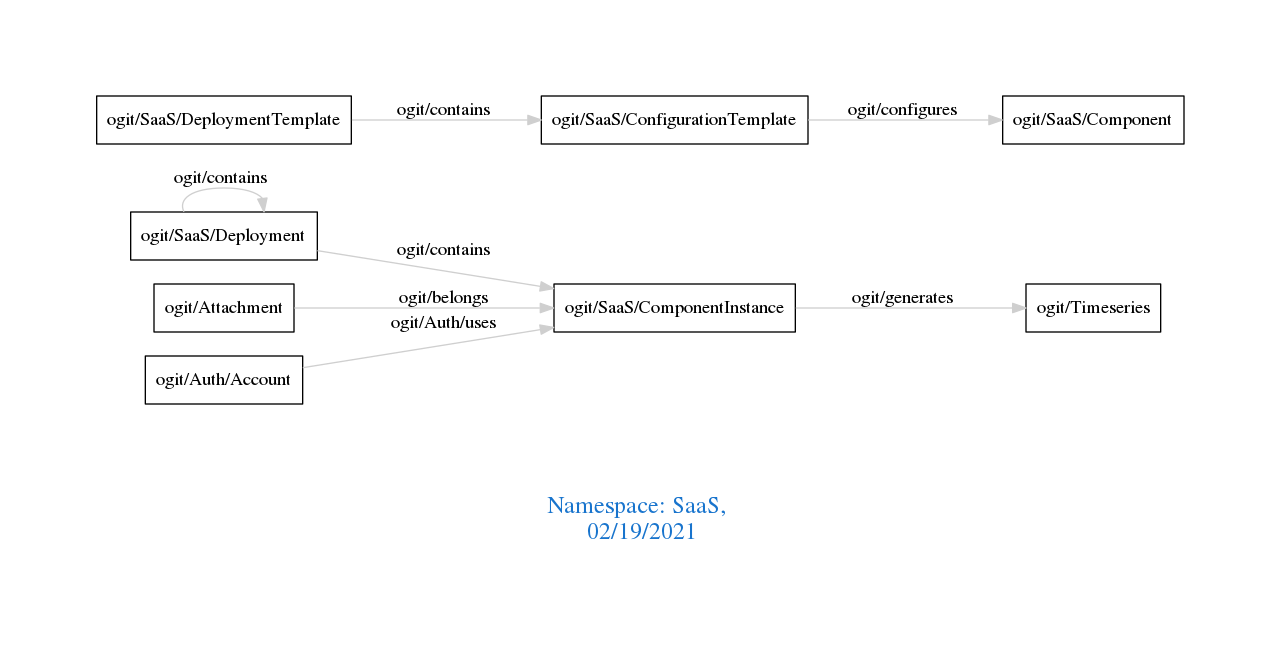
Earlier version of the Graphviz export downloads/SaaS.png (arago/OGIT). Its source is kept beside it as downloads/SaaS.dot. Source of this version:
```dot
digraph OGIT_ontology {
 graph [ rankdir= LR,pad=1
fontsize = 18,
fontcolor= dodgerblue3,label = "\n\n\nNamespace: SaaS, \n 02/19/2021"];
node[shape=polygon];
edge [  color="gray81"];

   "ogit/SaaS/Deployment" -> "ogit/SaaS/ComponentInstance" [label="   ogit/contains    "];
   "ogit/SaaS/DeploymentTemplate" -> "ogit/SaaS/ConfigurationTemplate" [label="   ogit/contains    "];
   "ogit/SaaS/ComponentInstance" -> "ogit/Timeseries" [label="   ogit/generates    "];
   "ogit/SaaS/ConfigurationTemplate" -> "ogit/SaaS/Component" [label="   ogit/configures    "];
   "ogit/Attachment" -> "ogit/SaaS/ComponentInstance" [label="   ogit/belongs    "];
   "ogit/Auth/Account" -> "ogit/SaaS/ComponentInstance" [label="   ogit/Auth/uses    "];
   "ogit/SaaS/Deployment" -> "ogit/SaaS/Deployment" [label="   ogit/contains    "];
}
```
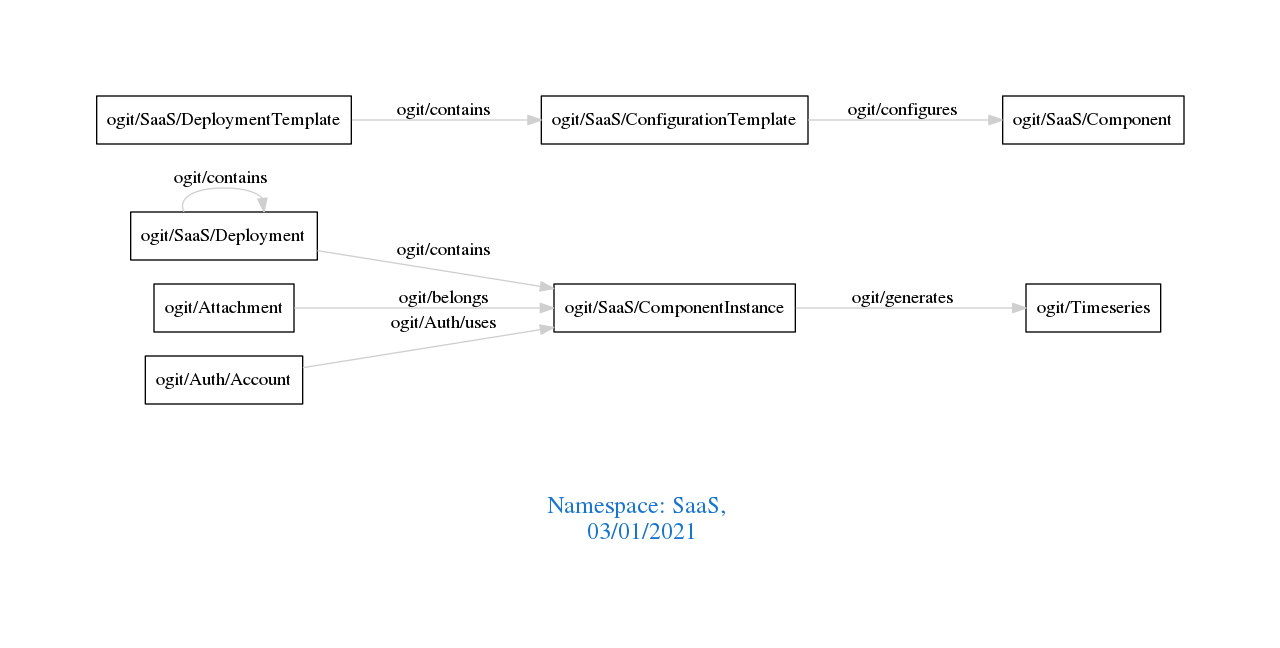
The same diagram one commit later.

Diff of the diagram source:
```diff
@@ -1,7 +1,7 @@
 digraph OGIT_ontology {
  graph [ rankdir= LR,pad=1
 fontsize = 18,
-fontcolor= dodgerblue3,label = "\n\n\nNamespace: SaaS, \n 02/19/2021"];
+fontcolor= dodgerblue3,label = "\n\n\nNamespace: SaaS, \n 03/01/2021"];
 node[shape=polygon];
 edge [  color="gray81"];
 
```
